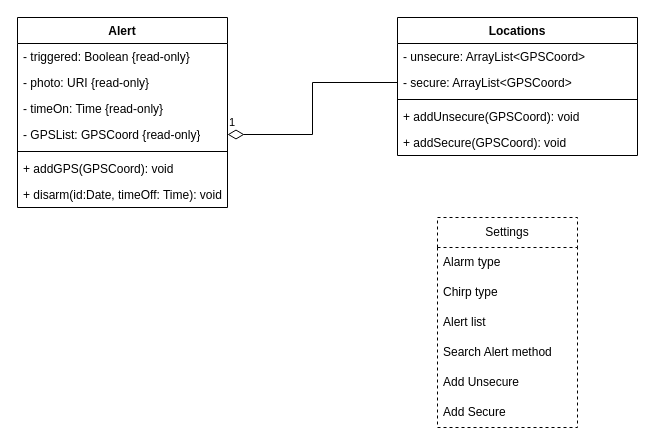
This is work/UML.drawio from ddc-java-17/leave-me-alone-reedsearle, a draw.io file, before an edit. Source tidied: cells renumbered, new cells numbered last; positions are measured from the earlier drawing's top-left corner, leaving out a move shared by most shapes. Both pictures are drawn from the tidied source at 100%, with x=0, y=0 at pixel (17, 17).
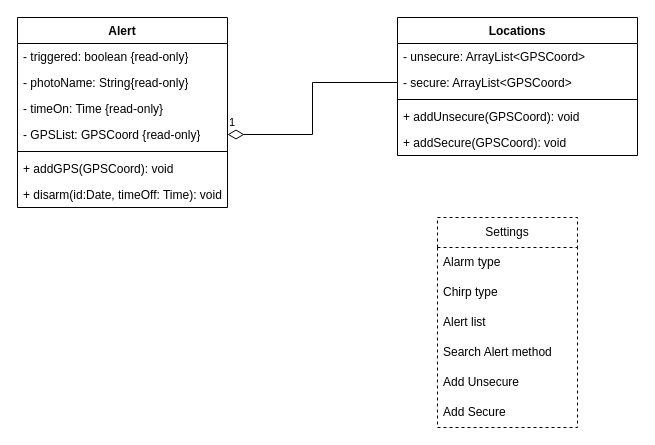
The same page after the edit.

The change refers to these unchanged cells:
```xml
<mxCell id="2" value="Alert" style="swimlane;fontStyle=1;align=center;verticalAlign=top;horizontal=1;startSize=26;whiteSpace=wrap;html=1;" parent="1" vertex="1">
  <mxGeometry width="210" height="190" as="geometry" />
</mxCell>
```

Change to the diagram source:
```diff
@@
-    <mxCell id="3" value="- triggered: Boolean {read-only}" style="text;strokeColor=none;fillColor=none;align=left;verticalAlign=top;spacingLeft=4;spacingRight=4;overflow=hidden;whiteSpace=wrap;html=1;" parent="2" vertex="1">
+    <mxCell id="3" value="- triggered: boolean {read-only}" style="text;strokeColor=none;fillColor=none;align=left;verticalAlign=top;spacingLeft=4;spacingRight=4;overflow=hidden;whiteSpace=wrap;html=1;" parent="2" vertex="1">
       <mxGeometry y="26" width="210" height="26" as="geometry" />
     </mxCell>
-    <mxCell id="4" value="- photo: URI {read-only}" style="text;strokeColor=none;fillColor=none;align=left;verticalAlign=top;spacingLeft=4;spacingRight=4;overflow=hidden;whiteSpace=wrap;html=1;" parent="2" vertex="1">
+    <mxCell id="4" value="- photoName: String{read-only}" style="text;strokeColor=none;fillColor=none;align=left;verticalAlign=top;spacingLeft=4;spacingRight=4;overflow=hidden;whiteSpace=wrap;html=1;" parent="2" vertex="1">
       <mxGeometry y="52" width="210" height="26" as="geometry" />
     </mxCell>
```
